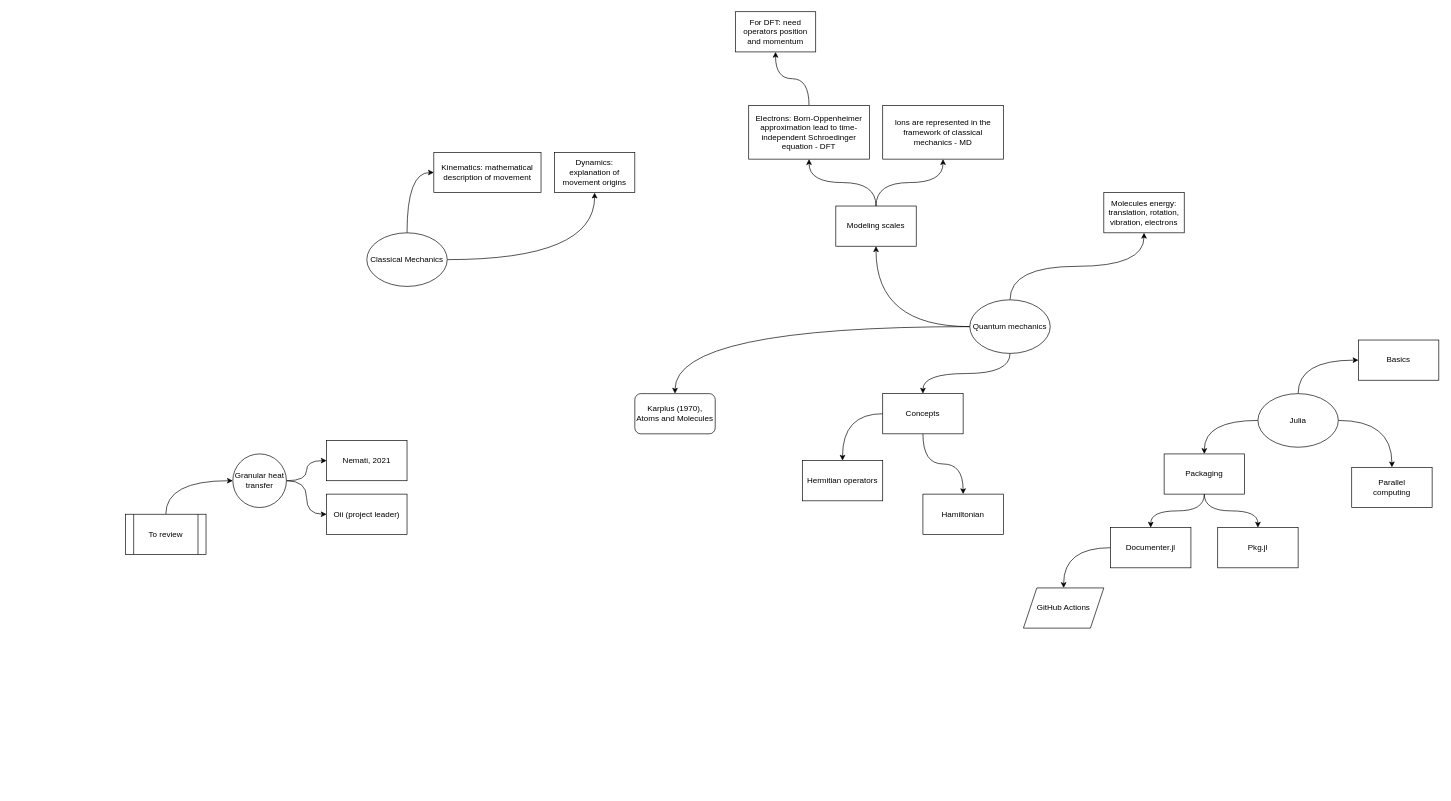
This is learning.drawio from wallytutor/mind-maps, a draw.io file, before an edit. Source tidied: cells renumbered, new cells numbered last; positions are measured from the earlier drawing's top-left corner, leaving out a move shared by most shapes. Both pictures are drawn from the tidied source at 67%, with x=0, y=0 at pixel (125, 11).
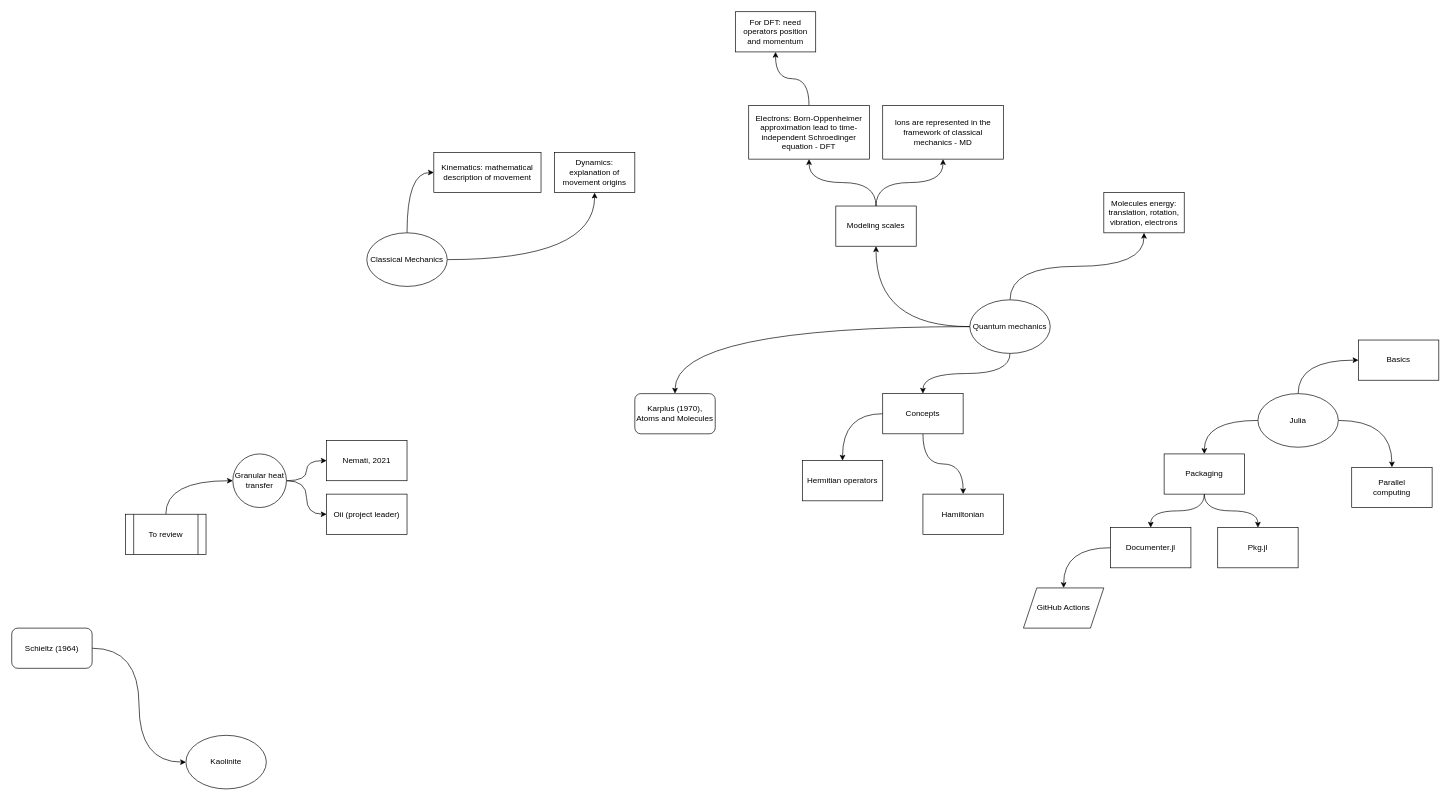
The same page after the edit.

The edit, as a diff of the source:
```diff
@@
+    <mxCell id="46" value="Kaolinite" style="ellipse;whiteSpace=wrap;html=1;" parent="1" vertex="1">
+      <mxGeometry x="90" y="1080" width="120" height="80" as="geometry" />
+    </mxCell>
+    <mxCell id="47" style="edgeStyle=orthogonalEdgeStyle;rounded=0;jettySize=auto;html=1;entryX=0;entryY=0.5;entryDx=0;entryDy=0;curved=1;" parent="1" edge="1" source="48" target="46">
+      <mxGeometry relative="1" as="geometry" />
+    </mxCell>
+    <mxCell id="48" value="Schieltz (1964)" style="rounded=1;whiteSpace=wrap;html=1;" parent="1" vertex="1">
+      <mxGeometry x="-170" y="920" width="120" height="60" as="geometry" />
+    </mxCell>
```
